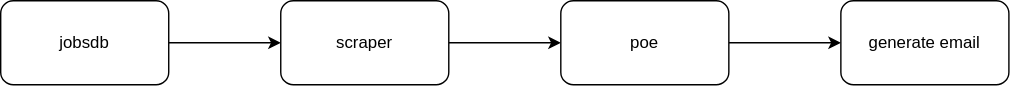
Earlier version of the draw.io export docs/block_diagram.svg (louiscklaw/find-job-public-archive). Source tidied: cells renumbered, new cells last; positions are measured from the earlier drawing's top-left corner, leaving out a move shared by most shapes.
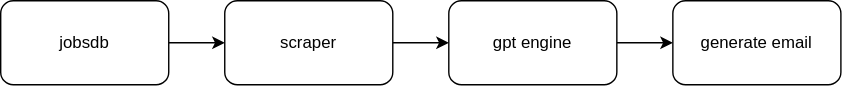
The same diagram one commit later.

Change to the diagram source:
```diff
@@ -6,22 +6,22 @@
       <mxGeometry relative="1" as="geometry" />
     </mxCell>
     <mxCell id="3" value="jobsdb" style="rounded=1;whiteSpace=wrap;html=1;" parent="1" vertex="1">
-      <mxGeometry width="120" height="60" as="geometry" />
+      <mxGeometry x="70" width="120" height="60" as="geometry" />
     </mxCell>
     <mxCell id="4" style="edgeStyle=none;html=1;" parent="1" edge="1" source="5" target="7">
       <mxGeometry relative="1" as="geometry" />
     </mxCell>
     <mxCell id="5" value="scraper" style="whiteSpace=wrap;html=1;rounded=1;" parent="1" vertex="1">
-      <mxGeometry x="200" width="120" height="60" as="geometry" />
+      <mxGeometry x="230" width="120" height="60" as="geometry" />
     </mxCell>
     <mxCell id="6" style="edgeStyle=none;html=1;" parent="1" edge="1" source="7" target="8">
       <mxGeometry relative="1" as="geometry" />
     </mxCell>
-    <mxCell id="7" value="poe" style="whiteSpace=wrap;html=1;rounded=1;" parent="1" vertex="1">
-      <mxGeometry x="400" width="120" height="60" as="geometry" />
+    <mxCell id="7" value="gpt engine" style="whiteSpace=wrap;html=1;rounded=1;" parent="1" vertex="1">
+      <mxGeometry x="390" width="120" height="60" as="geometry" />
     </mxCell>
     <mxCell id="8" value="generate email" style="whiteSpace=wrap;html=1;rounded=1;" parent="1" vertex="1">
-      <mxGeometry x="600" width="120" height="60" as="geometry" />
+      <mxGeometry x="550" width="120" height="60" as="geometry" />
     </mxCell>
   </root>
 </mxGraphModel>
```
